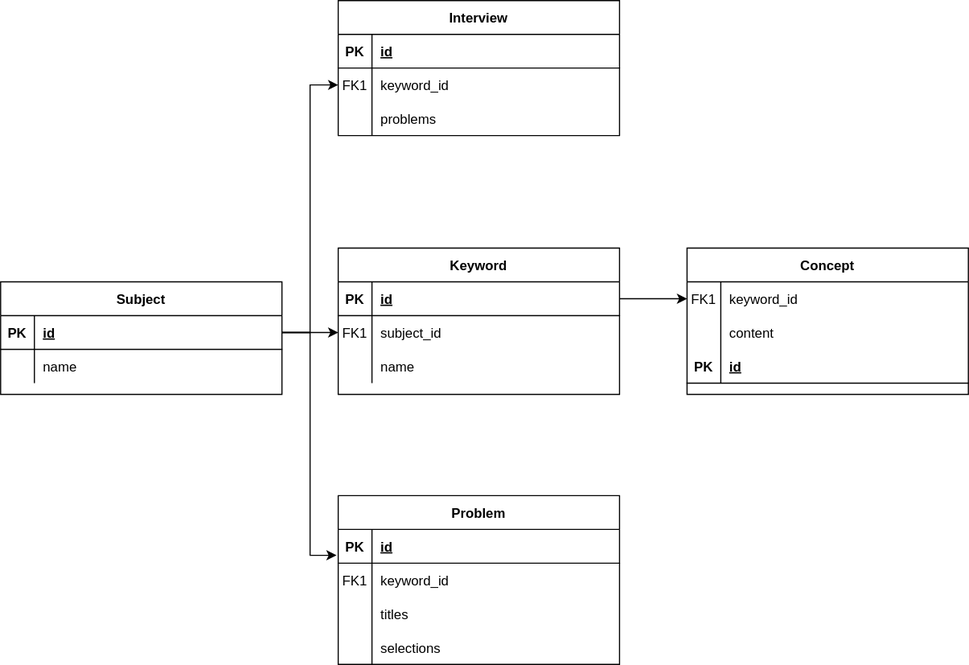
The draw.io diagram src/document/thinkit_ERD.svg in jgm0327/ThinkIT-, before a commit. Source tidied: cells renumbered, new cells last; positions are measured from the earlier drawing's top-left corner, leaving out a move shared by most shapes.
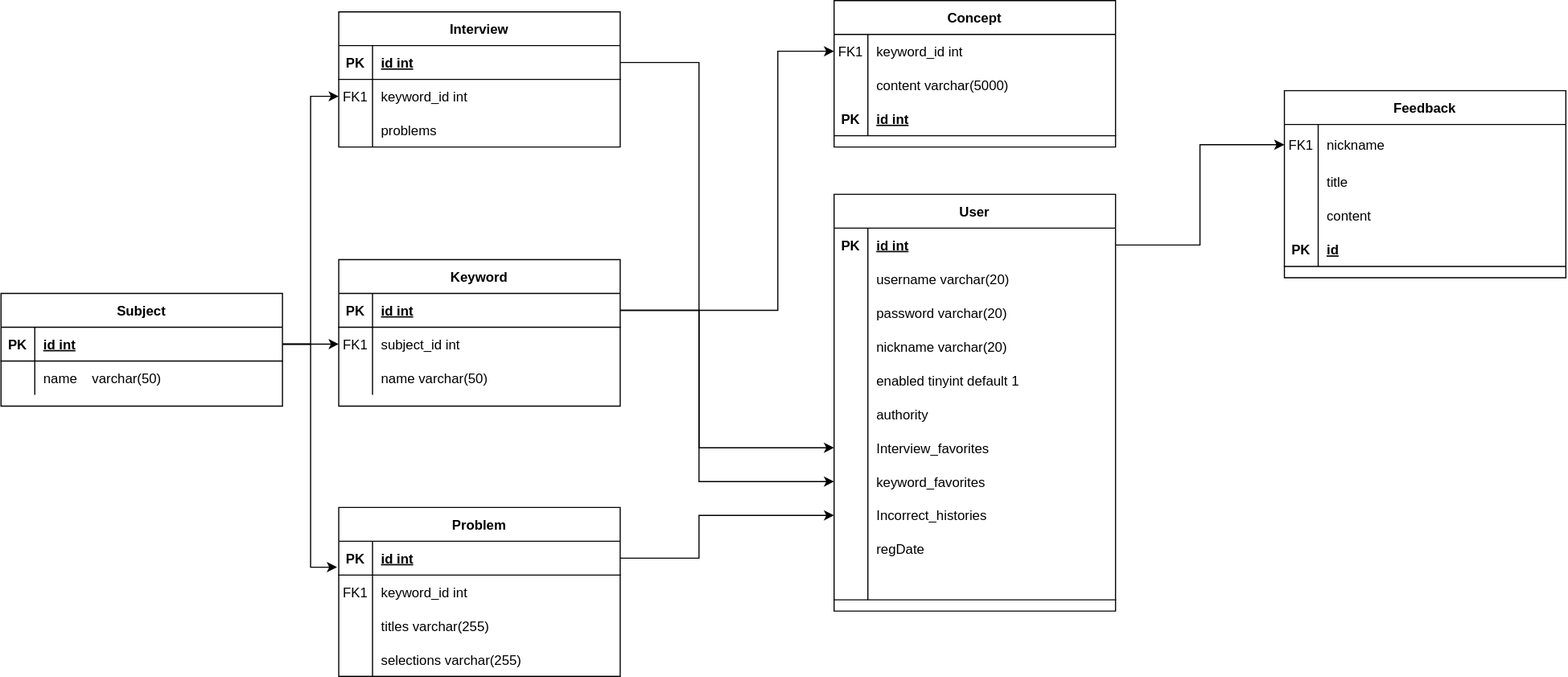
Later version of the same file.

Commit message:
#5 ERD 다이어그램 수정

유저 테이블 생성 및 필요한 테이블 몇 개 더 추가

Change to the diagram source:
```diff
@@ -13,3 +13,3 @@
     </mxCell>
-    <mxCell id="5" value="id" style="shape=partialRectangle;overflow=hidden;fillColor=none;top=0;left=0;bottom=0;right=0;align=left;spacingLeft=6;fontStyle=5;" parent="3" vertex="1">
+    <mxCell id="5" value="id int" style="shape=partialRectangle;overflow=hidden;fillColor=none;top=0;left=0;bottom=0;right=0;align=left;spacingLeft=6;fontStyle=5;" parent="3" vertex="1">
       <mxGeometry x="30" width="220" height="30" as="geometry" />
@@ -22,3 +22,3 @@
     </mxCell>
-    <mxCell id="8" value="subject_id" style="shape=partialRectangle;overflow=hidden;fillColor=none;top=0;left=0;bottom=0;right=0;align=left;spacingLeft=6;" parent="6" vertex="1">
+    <mxCell id="8" value="subject_id int" style="shape=partialRectangle;overflow=hidden;fillColor=none;top=0;left=0;bottom=0;right=0;align=left;spacingLeft=6;" parent="6" vertex="1">
       <mxGeometry x="30" width="220" height="30" as="geometry" />
@@ -31,3 +31,3 @@
     </mxCell>
-    <mxCell id="11" value="name" style="shape=partialRectangle;overflow=hidden;fillColor=none;top=0;left=0;bottom=0;right=0;align=left;spacingLeft=6;" parent="9" vertex="1">
+    <mxCell id="11" value="name varchar(50)" style="shape=partialRectangle;overflow=hidden;fillColor=none;top=0;left=0;bottom=0;right=0;align=left;spacingLeft=6;" parent="9" vertex="1">
       <mxGeometry x="30" width="220" height="30" as="geometry" />
@@ -43,3 +43,3 @@
     </mxCell>
-    <mxCell id="15" value="id" style="shape=partialRectangle;overflow=hidden;fillColor=none;top=0;left=0;bottom=0;right=0;align=left;spacingLeft=6;fontStyle=5;" parent="13" vertex="1">
+    <mxCell id="15" value="id int" style="shape=partialRectangle;overflow=hidden;fillColor=none;top=0;left=0;bottom=0;right=0;align=left;spacingLeft=6;fontStyle=5;" parent="13" vertex="1">
       <mxGeometry x="30" width="220" height="30" as="geometry" />
@@ -52,3 +52,3 @@
     </mxCell>
-    <mxCell id="18" value="keyword_id" style="shape=partialRectangle;overflow=hidden;fillColor=none;top=0;left=0;bottom=0;right=0;align=left;spacingLeft=6;" parent="16" vertex="1">
+    <mxCell id="18" value="keyword_id int" style="shape=partialRectangle;overflow=hidden;fillColor=none;top=0;left=0;bottom=0;right=0;align=left;spacingLeft=6;" parent="16" vertex="1">
       <mxGeometry x="30" width="220" height="30" as="geometry" />
@@ -61,3 +61,3 @@
     </mxCell>
-    <mxCell id="21" value="titles" style="shape=partialRectangle;overflow=hidden;fillColor=none;top=0;left=0;bottom=0;right=0;align=left;spacingLeft=6;" parent="19" vertex="1">
+    <mxCell id="21" value="titles varchar(255)" style="shape=partialRectangle;overflow=hidden;fillColor=none;top=0;left=0;bottom=0;right=0;align=left;spacingLeft=6;" parent="19" vertex="1">
       <mxGeometry x="30" width="220" height="30" as="geometry" />
@@ -70,3 +70,3 @@
     </mxCell>
-    <mxCell id="24" value="selections" style="shape=partialRectangle;overflow=hidden;fillColor=none;top=0;left=0;bottom=0;right=0;align=left;spacingLeft=6;" parent="22" vertex="1">
+    <mxCell id="24" value="selections varchar(255)" style="shape=partialRectangle;overflow=hidden;fillColor=none;top=0;left=0;bottom=0;right=0;align=left;spacingLeft=6;" parent="22" vertex="1">
       <mxGeometry x="30" width="220" height="30" as="geometry" />
@@ -82,3 +82,3 @@
     </mxCell>
-    <mxCell id="28" value="id" style="shape=partialRectangle;overflow=hidden;fillColor=none;top=0;left=0;bottom=0;right=0;align=left;spacingLeft=6;fontStyle=5;" parent="26" vertex="1">
+    <mxCell id="28" value="id int" style="shape=partialRectangle;overflow=hidden;fillColor=none;top=0;left=0;bottom=0;right=0;align=left;spacingLeft=6;fontStyle=5;" parent="26" vertex="1">
       <mxGeometry x="30" width="220" height="30" as="geometry" />
@@ -91,3 +91,3 @@
     </mxCell>
-    <mxCell id="31" value="name" style="shape=partialRectangle;overflow=hidden;fillColor=none;top=0;left=0;bottom=0;right=0;align=left;spacingLeft=6;" parent="29" vertex="1">
+    <mxCell id="31" value="name    varchar(50)" style="shape=partialRectangle;overflow=hidden;fillColor=none;top=0;left=0;bottom=0;right=0;align=left;spacingLeft=6;" parent="29" vertex="1">
       <mxGeometry x="30" width="220" height="30" as="geometry" />
@@ -95,3 +95,3 @@
     <mxCell id="32" value="Concept" style="shape=table;startSize=30;rowLines=0;fontStyle=1;align=center;" parent="1" vertex="1">
-      <mxGeometry x="610" y="220" width="250" height="130" as="geometry" />
+      <mxGeometry x="740" y="-10" width="250" height="130" as="geometry" />
     </mxCell>
@@ -103,3 +103,3 @@
     </mxCell>
-    <mxCell id="35" value="keyword_id" style="shape=partialRectangle;overflow=hidden;fillColor=none;top=0;left=0;bottom=0;right=0;align=left;spacingLeft=6;" parent="33" vertex="1">
+    <mxCell id="35" value="keyword_id int" style="shape=partialRectangle;overflow=hidden;fillColor=none;top=0;left=0;bottom=0;right=0;align=left;spacingLeft=6;" parent="33" vertex="1">
       <mxGeometry x="30" width="220" height="30" as="geometry" />
@@ -112,3 +112,3 @@
     </mxCell>
-    <mxCell id="38" value="content" style="shape=partialRectangle;overflow=hidden;fillColor=none;top=0;left=0;bottom=0;right=0;align=left;spacingLeft=6;" parent="36" vertex="1">
+    <mxCell id="38" value="content varchar(5000)" style="shape=partialRectangle;overflow=hidden;fillColor=none;top=0;left=0;bottom=0;right=0;align=left;spacingLeft=6;" parent="36" vertex="1">
       <mxGeometry x="30" width="220" height="30" as="geometry" />
@@ -121,3 +121,3 @@
     </mxCell>
-    <mxCell id="41" value="id" style="shape=partialRectangle;overflow=hidden;fillColor=none;top=0;left=0;bottom=0;right=0;align=left;spacingLeft=6;fontStyle=5;" parent="39" vertex="1">
+    <mxCell id="41" value="id int" style="shape=partialRectangle;overflow=hidden;fillColor=none;top=0;left=0;bottom=0;right=0;align=left;spacingLeft=6;fontStyle=5;" parent="39" vertex="1">
       <mxGeometry x="30" width="220" height="30" as="geometry" />
@@ -133,3 +133,3 @@
     </mxCell>
-    <mxCell id="45" value="id" style="shape=partialRectangle;overflow=hidden;fillColor=none;top=0;left=0;bottom=0;right=0;align=left;spacingLeft=6;fontStyle=5;" parent="43" vertex="1">
+    <mxCell id="45" value="id int" style="shape=partialRectangle;overflow=hidden;fillColor=none;top=0;left=0;bottom=0;right=0;align=left;spacingLeft=6;fontStyle=5;" parent="43" vertex="1">
       <mxGeometry x="30" width="220" height="30" as="geometry" />
@@ -142,3 +142,3 @@
     </mxCell>
-    <mxCell id="48" value="keyword_id" style="shape=partialRectangle;overflow=hidden;fillColor=none;top=0;left=0;bottom=0;right=0;align=left;spacingLeft=6;" parent="46" vertex="1">
+    <mxCell id="48" value="keyword_id int" style="shape=partialRectangle;overflow=hidden;fillColor=none;top=0;left=0;bottom=0;right=0;align=left;spacingLeft=6;" parent="46" vertex="1">
       <mxGeometry x="30" width="220" height="30" as="geometry" />
@@ -158,3 +158,8 @@
     <mxCell id="53" style="edgeStyle=orthogonalEdgeStyle;rounded=0;jettySize=auto;html=1;entryX=0;entryY=0.5;entryDx=0;entryDy=0;" parent="1" edge="1" source="3" target="33">
-      <mxGeometry relative="1" as="geometry" />
+      <mxGeometry relative="1" as="geometry">
+        <Array as="points">
+          <mxPoint x="690" y="265" />
+          <mxPoint x="690" y="35" />
+        </Array>
+      </mxGeometry>
     </mxCell>
@@ -166,2 +171,170 @@
     </mxCell>
+    <mxCell id="56" value="User" style="shape=table;startSize=30;rowLines=0;fontStyle=1;align=center;" parent="1" vertex="1">
+      <mxGeometry x="740" y="162" width="250" height="370" as="geometry" />
+    </mxCell>
+    <mxCell id="57" style="shape=partialRectangle;fillColor=none;points=[[0,0.5],[1,0.5]];portConstraint=eastwest;top=0;left=0;right=0;bottom=0;" parent="56" vertex="1">
+      <mxGeometry y="30" width="250" height="30" as="geometry" />
+    </mxCell>
+    <mxCell id="58" value="PK" style="shape=partialRectangle;overflow=hidden;fillColor=none;top=0;left=0;bottom=0;right=0;fontStyle=1;" parent="57" vertex="1">
+      <mxGeometry width="30" height="30" as="geometry" />
+    </mxCell>
+    <mxCell id="59" value="id int" style="shape=partialRectangle;overflow=hidden;fillColor=none;top=0;left=0;bottom=0;right=0;align=left;spacingLeft=6;fontStyle=5;" parent="57" vertex="1">
+      <mxGeometry x="30" width="220" height="30" as="geometry" />
+    </mxCell>
+    <mxCell id="60" style="shape=partialRectangle;fillColor=none;top=0;left=0;right=0;bottom=0;" parent="56" vertex="1">
+      <mxGeometry y="60" width="250" height="30" as="geometry" />
+    </mxCell>
+    <mxCell id="61" style="shape=partialRectangle;overflow=hidden;fillColor=none;top=0;left=0;bottom=0;right=0;" parent="60" vertex="1">
+      <mxGeometry width="30" height="30" as="geometry" />
+    </mxCell>
+    <mxCell id="62" value="username varchar(20)" style="shape=partialRectangle;overflow=hidden;fillColor=none;top=0;left=0;bottom=0;right=0;align=left;spacingLeft=6;" parent="60" vertex="1">
+      <mxGeometry x="30" width="220" height="30" as="geometry" />
+    </mxCell>
+    <mxCell id="63" style="shape=partialRectangle;fillColor=none;top=0;left=0;right=0;bottom=0;" parent="56" vertex="1">
+      <mxGeometry y="90" width="250" height="30" as="geometry" />
+    </mxCell>
+    <mxCell id="64" style="shape=partialRectangle;overflow=hidden;fillColor=none;top=0;left=0;bottom=0;right=0;" parent="63" vertex="1">
+      <mxGeometry width="30" height="30" as="geometry" />
+    </mxCell>
+    <mxCell id="65" value="password varchar(20)" style="shape=partialRectangle;overflow=hidden;fillColor=none;top=0;left=0;bottom=0;right=0;align=left;spacingLeft=6;" parent="63" vertex="1">
+      <mxGeometry x="30" width="220" height="30" as="geometry" />
+    </mxCell>
+    <mxCell id="66" style="shape=partialRectangle;fillColor=none;top=0;left=0;right=0;bottom=0;" parent="56" vertex="1">
+      <mxGeometry y="120" width="250" height="30" as="geometry" />
+    </mxCell>
+    <mxCell id="67" style="shape=partialRectangle;overflow=hidden;fillColor=none;top=0;left=0;bottom=0;right=0;" parent="66" vertex="1">
+      <mxGeometry width="30" height="30" as="geometry" />
+    </mxCell>
+    <mxCell id="68" value="nickname varchar(20)" style="shape=partialRectangle;overflow=hidden;fillColor=none;top=0;left=0;bottom=0;right=0;align=left;spacingLeft=6;" parent="66" vertex="1">
+      <mxGeometry x="30" width="220" height="30" as="geometry" />
+    </mxCell>
+    <mxCell id="69" style="shape=partialRectangle;fillColor=none;top=0;left=0;right=0;bottom=0;" parent="56" vertex="1">
+      <mxGeometry y="150" width="250" height="30" as="geometry" />
+    </mxCell>
+    <mxCell id="70" style="shape=partialRectangle;overflow=hidden;fillColor=none;top=0;left=0;bottom=0;right=0;" parent="69" vertex="1">
+      <mxGeometry width="30" height="30" as="geometry" />
+    </mxCell>
+    <mxCell id="71" value="enabled tinyint default 1" style="shape=partialRectangle;overflow=hidden;fillColor=none;top=0;left=0;bottom=0;right=0;align=left;spacingLeft=6;" parent="69" vertex="1">
+      <mxGeometry x="30" width="220" height="30" as="geometry" />
+    </mxCell>
+    <mxCell id="72" style="shape=partialRectangle;fillColor=none;top=0;left=0;right=0;bottom=0;" parent="56" vertex="1">
+      <mxGeometry y="180" width="250" height="30" as="geometry" />
+    </mxCell>
+    <mxCell id="73" style="shape=partialRectangle;overflow=hidden;fillColor=none;top=0;left=0;bottom=0;right=0;" parent="72" vertex="1">
+      <mxGeometry width="30" height="30" as="geometry" />
+    </mxCell>
+    <mxCell id="74" value="authority" style="shape=partialRectangle;overflow=hidden;fillColor=none;top=0;left=0;bottom=0;right=0;align=left;spacingLeft=6;" parent="72" vertex="1">
+      <mxGeometry x="30" width="220" height="30" as="geometry" />
+    </mxCell>
+    <mxCell id="75" style="shape=partialRectangle;fillColor=none;points=[[0,0.5],[1,0.5]];portConstraint=eastwest;top=0;left=0;right=0;bottom=0;" parent="56" vertex="1">
+      <mxGeometry y="210" width="250" height="30" as="geometry" />
+    </mxCell>
+    <mxCell id="76" style="shape=partialRectangle;overflow=hidden;fillColor=none;top=0;left=0;bottom=0;right=0;" parent="75" vertex="1">
+      <mxGeometry width="30" height="30" as="geometry" />
+    </mxCell>
+    <mxCell id="77" value="Interview_favorites" style="shape=partialRectangle;overflow=hidden;fillColor=none;top=0;left=0;bottom=0;right=0;align=left;spacingLeft=6;" parent="75" vertex="1">
+      <mxGeometry x="30" width="220" height="30" as="geometry" />
+    </mxCell>
+    <mxCell id="78" style="shape=partialRectangle;fillColor=none;points=[[0,0.5],[1,0.5]];portConstraint=eastwest;top=0;left=0;right=0;bottom=0;" parent="56" vertex="1">
+      <mxGeometry y="240" width="250" height="30" as="geometry" />
+    </mxCell>
+    <mxCell id="79" style="shape=partialRectangle;overflow=hidden;fillColor=none;top=0;left=0;bottom=0;right=0;" parent="78" vertex="1">
+      <mxGeometry width="30" height="30" as="geometry" />
+    </mxCell>
+    <mxCell id="80" value="keyword_favorites" style="shape=partialRectangle;overflow=hidden;fillColor=none;top=0;left=0;bottom=0;right=0;align=left;spacingLeft=6;" parent="78" vertex="1">
+      <mxGeometry x="30" width="220" height="30" as="geometry" />
+    </mxCell>
+    <mxCell id="81" style="shape=partialRectangle;fillColor=none;points=[[0,0.5],[1,0.5]];portConstraint=eastwest;top=0;left=0;right=0;bottom=0;" parent="56" vertex="1">
+      <mxGeometry y="270" width="250" height="30" as="geometry" />
+    </mxCell>
+    <mxCell id="82" style="shape=partialRectangle;overflow=hidden;fillColor=none;top=0;left=0;bottom=0;right=0;" parent="81" vertex="1">
+      <mxGeometry width="30" height="30" as="geometry" />
+    </mxCell>
+    <mxCell id="83" value="Incorrect_histories" style="shape=partialRectangle;overflow=hidden;fillColor=none;top=0;left=0;bottom=0;right=0;align=left;spacingLeft=6;" parent="81" vertex="1">
+      <mxGeometry x="30" width="220" height="30" as="geometry" />
+    </mxCell>
+    <mxCell id="84" style="shape=partialRectangle;fillColor=none;top=0;left=0;right=0;bottom=0;" parent="56" vertex="1">
+      <mxGeometry y="300" width="250" height="30" as="geometry" />
+    </mxCell>
+    <mxCell id="85" style="shape=partialRectangle;overflow=hidden;fillColor=none;top=0;left=0;bottom=0;right=0;" parent="84" vertex="1">
+      <mxGeometry width="30" height="30" as="geometry" />
+    </mxCell>
+    <mxCell id="86" value="regDate" style="shape=partialRectangle;overflow=hidden;fillColor=none;top=0;left=0;bottom=0;right=0;align=left;spacingLeft=6;" parent="84" vertex="1">
+      <mxGeometry x="30" width="220" height="30" as="geometry" />
+    </mxCell>
+    <mxCell id="87" style="shape=partialRectangle;fillColor=none;top=0;left=0;right=0;bottom=1;" parent="56" vertex="1">
+      <mxGeometry y="330" width="250" height="30" as="geometry" />
+    </mxCell>
+    <mxCell id="88" style="shape=partialRectangle;overflow=hidden;fillColor=none;top=0;left=0;bottom=0;right=0;fontStyle=1;" parent="87" vertex="1">
+      <mxGeometry width="30" height="30" as="geometry" />
+    </mxCell>
+    <mxCell id="89" style="shape=partialRectangle;overflow=hidden;fillColor=none;top=0;left=0;bottom=0;right=0;align=left;spacingLeft=6;fontStyle=5;" parent="87" vertex="1">
+      <mxGeometry x="30" width="220" height="30" as="geometry" />
+    </mxCell>
+    <mxCell id="90" style="edgeStyle=orthogonalEdgeStyle;rounded=0;jettySize=auto;html=1;entryX=0;entryY=0.5;entryDx=0;entryDy=0;" parent="1" edge="1" source="13" target="81">
+      <mxGeometry relative="1" as="geometry">
+        <Array as="points">
+          <mxPoint x="620" y="485" />
+          <mxPoint x="620" y="447" />
+        </Array>
+      </mxGeometry>
+    </mxCell>
+    <mxCell id="91" style="edgeStyle=orthogonalEdgeStyle;rounded=0;jettySize=auto;html=1;entryX=0;entryY=0.5;entryDx=0;entryDy=0;" parent="1" edge="1" source="3" target="78">
+      <mxGeometry relative="1" as="geometry">
+        <Array as="points">
+          <mxPoint x="620" y="265" />
+          <mxPoint x="620" y="417" />
+        </Array>
+      </mxGeometry>
+    </mxCell>
+    <mxCell id="92" value="Feedback" style="shape=table;startSize=30;rowLines=0;fontStyle=1;align=center;" parent="1" vertex="1">
+      <mxGeometry x="1140" y="70" width="250" height="166" as="geometry" />
+    </mxCell>
+    <mxCell id="93" style="shape=partialRectangle;fillColor=none;points=[[0,0.5],[1,0.5]];portConstraint=eastwest;top=0;left=0;right=0;bottom=0;" parent="92" vertex="1">
+      <mxGeometry y="30" width="250" height="36" as="geometry" />
+    </mxCell>
+    <mxCell id="94" value="FK1" style="shape=partialRectangle;overflow=hidden;fillColor=none;top=0;left=0;bottom=0;right=0;" parent="93" vertex="1">
+      <mxGeometry width="30" height="36" as="geometry" />
+    </mxCell>
+    <mxCell id="95" value="nickname" style="shape=partialRectangle;overflow=hidden;fillColor=none;top=0;left=0;bottom=0;right=0;align=left;spacingLeft=6;" parent="93" vertex="1">
+      <mxGeometry x="30" width="220" height="36" as="geometry" />
+    </mxCell>
+    <mxCell id="96" style="shape=partialRectangle;fillColor=none;top=0;left=0;right=0;bottom=0;" parent="92" vertex="1">
+      <mxGeometry y="66" width="250" height="30" as="geometry" />
+    </mxCell>
+    <mxCell id="97" style="shape=partialRectangle;overflow=hidden;fillColor=none;top=0;left=0;bottom=0;right=0;" parent="96" vertex="1">
+      <mxGeometry width="30" height="30" as="geometry" />
+    </mxCell>
+    <mxCell id="98" value="title" style="shape=partialRectangle;overflow=hidden;fillColor=none;top=0;left=0;bottom=0;right=0;align=left;spacingLeft=6;" parent="96" vertex="1">
+      <mxGeometry x="30" width="220" height="30" as="geometry" />
+    </mxCell>
+    <mxCell id="99" style="shape=partialRectangle;fillColor=none;top=0;left=0;right=0;bottom=0;" parent="92" vertex="1">
+      <mxGeometry y="96" width="250" height="30" as="geometry" />
+    </mxCell>
+    <mxCell id="100" style="shape=partialRectangle;overflow=hidden;fillColor=none;top=0;left=0;bottom=0;right=0;" parent="99" vertex="1">
+      <mxGeometry width="30" height="30" as="geometry" />
+    </mxCell>
+    <mxCell id="101" value="content" style="shape=partialRectangle;overflow=hidden;fillColor=none;top=0;left=0;bottom=0;right=0;align=left;spacingLeft=6;" parent="99" vertex="1">
+      <mxGeometry x="30" width="220" height="30" as="geometry" />
+    </mxCell>
+    <mxCell id="102" style="shape=partialRectangle;fillColor=none;top=0;left=0;right=0;bottom=1;" parent="92" vertex="1">
+      <mxGeometry y="126" width="250" height="30" as="geometry" />
+    </mxCell>
+    <mxCell id="103" value="PK" style="shape=partialRectangle;overflow=hidden;fillColor=none;top=0;left=0;bottom=0;right=0;fontStyle=1;" parent="102" vertex="1">
+      <mxGeometry width="30" height="30" as="geometry" />
+    </mxCell>
+    <mxCell id="104" value="id" style="shape=partialRectangle;overflow=hidden;fillColor=none;top=0;left=0;bottom=0;right=0;align=left;spacingLeft=6;fontStyle=5;" parent="102" vertex="1">
+      <mxGeometry x="30" width="220" height="30" as="geometry" />
+    </mxCell>
+    <mxCell id="105" style="edgeStyle=orthogonalEdgeStyle;rounded=0;jettySize=auto;html=1;entryX=0;entryY=0.5;entryDx=0;entryDy=0;" parent="1" edge="1" source="57" target="93">
+      <mxGeometry relative="1" as="geometry" />
+    </mxCell>
+    <mxCell id="106" style="edgeStyle=orthogonalEdgeStyle;rounded=0;jettySize=auto;html=1;entryX=0;entryY=0.5;entryDx=0;entryDy=0;" parent="1" edge="1" source="43" target="75">
+      <mxGeometry relative="1" as="geometry">
+        <Array as="points">
+          <mxPoint x="620" y="45" />
+          <mxPoint x="620" y="387" />
+        </Array>
+      </mxGeometry>
+    </mxCell>
   </root>
```
